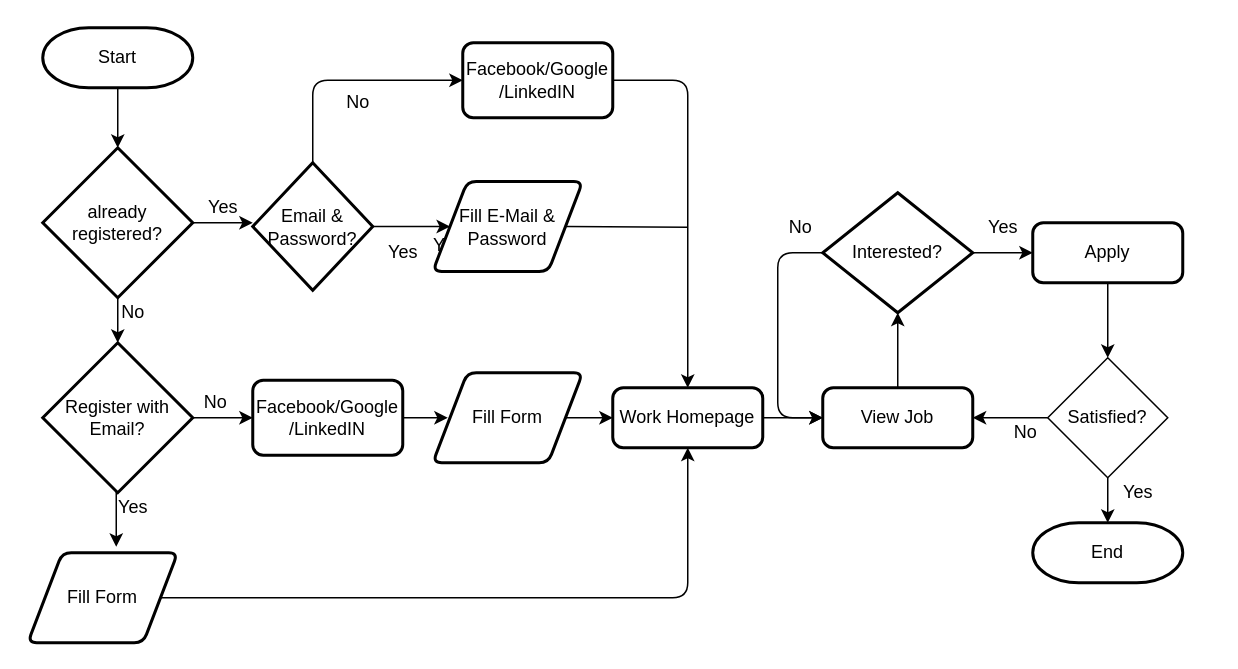
Before: week2/Untitled Diagram.drawio in mripqi/GlintsAcademyProject, a draw.io diagram. Source tidied: cells renumbered, new cells numbered last; positions are measured from the earlier drawing's top-left corner, leaving out a move shared by most shapes. Both pictures are drawn from the tidied source at 150%, with x=0, y=0 at pixel (27, 27).
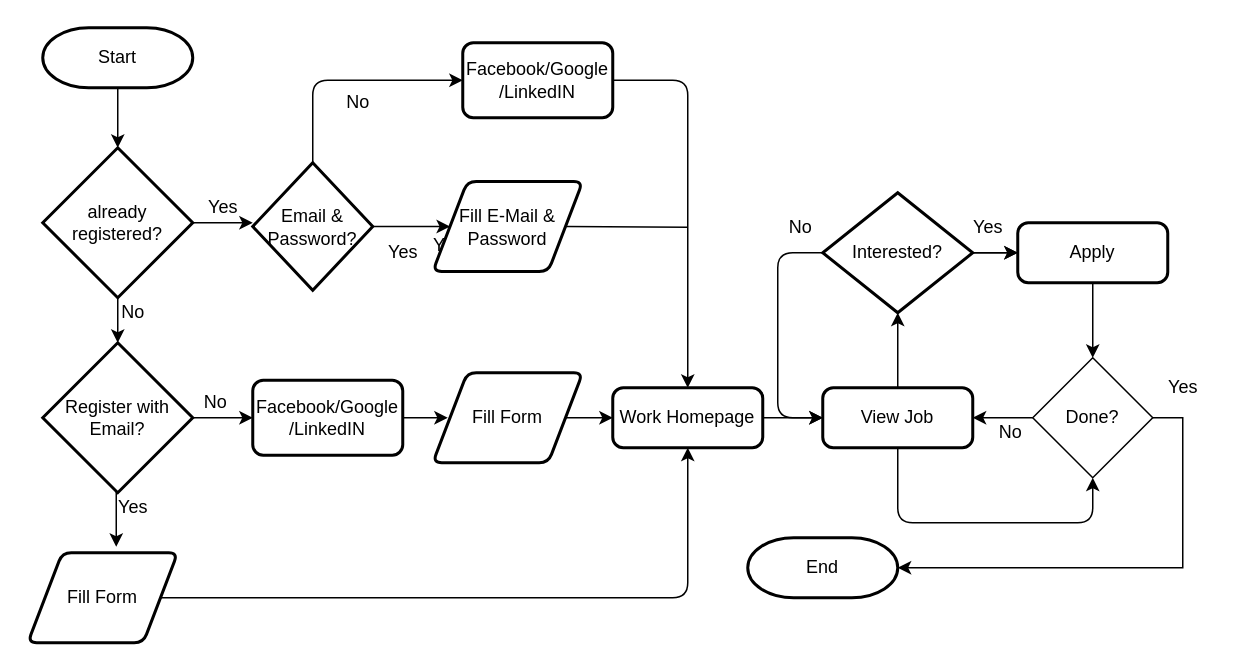
The same page after the edit.

Unchanged cells that the change refers to:
```xml
<mxCell id="33" value="View Job" style="rounded=1;whiteSpace=wrap;html=1;absoluteArcSize=1;arcSize=14;strokeWidth=2;" parent="1" vertex="1">
  <mxGeometry x="530" y="240" width="100" height="40" as="geometry" />
</mxCell>
<mxCell id="35" value="Interested?" style="strokeWidth=2;html=1;shape=mxgraph.flowchart.decision;whiteSpace=wrap;" parent="1" vertex="1">
  <mxGeometry x="530" y="110" width="100" height="80" as="geometry" />
</mxCell>
```

Change to the diagram source:
```diff
@@
     <mxCell id="4" value="End" style="strokeWidth=2;html=1;shape=mxgraph.flowchart.terminator;whiteSpace=wrap;" parent="1" vertex="1">
-      <mxGeometry x="670" y="330" width="100" height="40" as="geometry" />
+      <mxGeometry x="480" y="340" width="100" height="40" as="geometry" />
     </mxCell>
@@
+    <mxCell id="47" style="edgeStyle=orthogonalEdgeStyle;rounded=0;jettySize=auto;html=1;" parent="1" edge="1" source="35" target="37">
+      <mxGeometry relative="1" as="geometry" />
+    </mxCell>
@@
     <mxCell id="37" value="Apply" style="rounded=1;whiteSpace=wrap;html=1;absoluteArcSize=1;arcSize=14;strokeWidth=2;" parent="1" vertex="1">
-      <mxGeometry x="670" y="130" width="100" height="40" as="geometry" />
+      <mxGeometry x="660" y="130" width="100" height="40" as="geometry" />
     </mxCell>
@@
     <mxCell id="40" value="Yes" style="text;html=1;align=center;verticalAlign=middle;" parent="1" vertex="1">
-      <mxGeometry x="630" y="122.5" width="40" height="20" as="geometry" />
+      <mxGeometry x="620" y="122.5" width="40" height="20" as="geometry" />
     </mxCell>
@@
-    <mxCell id="43" style="edgeStyle=orthogonalEdgeStyle;rounded=0;jettySize=auto;html=1;" parent="1" edge="1" source="44" target="4">
+    <mxCell id="43" style="edgeStyle=orthogonalEdgeStyle;rounded=0;jettySize=auto;html=1;exitX=1;exitY=0.5;exitDx=0;exitDy=0;entryX=1;entryY=0.5;entryDx=0;entryDy=0;entryPerimeter=0;" parent="1" edge="1" source="44" target="4">
       <mxGeometry relative="1" as="geometry" />
     </mxCell>
-    <mxCell id="44" value="Satisfied?" style="rhombus;whiteSpace=wrap;html=1;" parent="1" vertex="1">
-      <mxGeometry x="680" y="220" width="80" height="80" as="geometry" />
+    <mxCell id="44" value="Done?" style="rhombus;whiteSpace=wrap;html=1;" parent="1" vertex="1">
+      <mxGeometry x="670" y="220" width="80" height="80" as="geometry" />
     </mxCell>
     <mxCell id="45" value="No" style="text;html=1;align=center;verticalAlign=middle;" parent="1" vertex="1">
-      <mxGeometry x="650" y="260" width="30" height="20" as="geometry" />
+      <mxGeometry x="640" y="260" width="30" height="20" as="geometry" />
     </mxCell>
     <mxCell id="46" value="Yes" style="text;html=1;align=center;verticalAlign=middle;" parent="1" vertex="1">
-      <mxGeometry x="720" y="300" width="40" height="20" as="geometry" />
+      <mxGeometry x="750" y="230" width="40" height="20" as="geometry" />
     </mxCell>
+    <mxCell id="48" style="endArrow=classic;html=1;exitX=0.5;exitY=1;exitDx=0;exitDy=0;entryX=0.5;entryY=1;entryDx=0;entryDy=0;" parent="1" edge="1" source="33" target="44">
+      <mxGeometry relative="1" as="geometry">
+        <Array as="points">
+          <mxPoint x="580" y="330" />
+          <mxPoint x="710" y="330" />
+        </Array>
+      </mxGeometry>
+    </mxCell>
```
